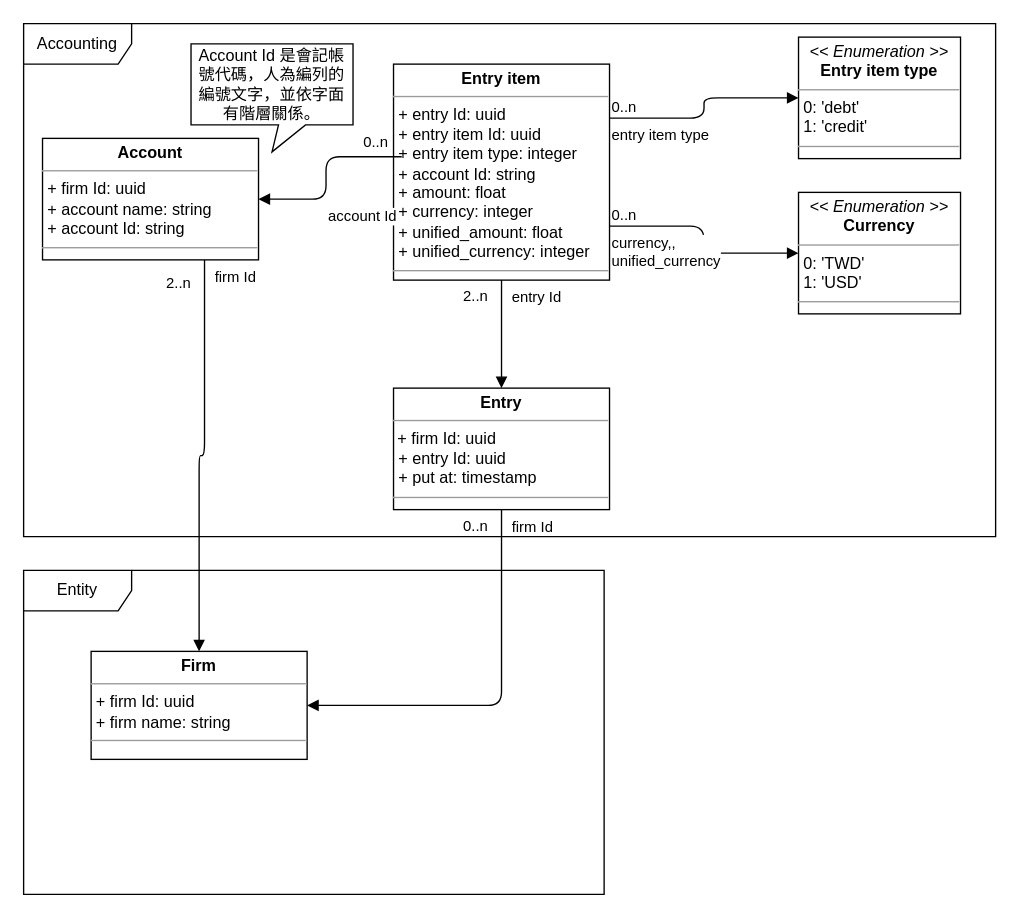
Before: v0/design/account_n_entry.drawio in YauHsien/accounting, a draw.io diagram. Source tidied: cells renumbered, new cells numbered last; positions are measured from the earlier drawing's top-left corner, leaving out a move shared by most shapes. Both pictures are drawn from the tidied source at 135%, with x=0, y=0 at pixel (23, 23).
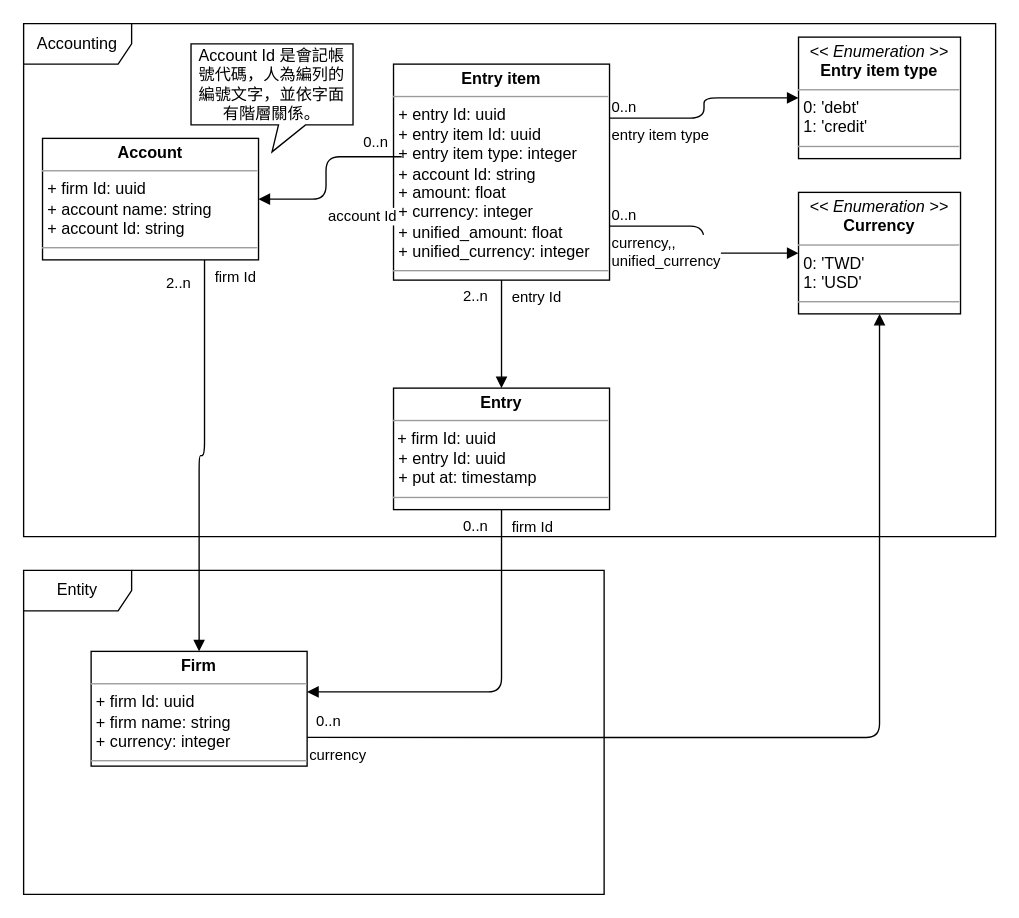
The same page after the edit.

Commit message (it also covers changes not shown here):
調整 v0 設計圖

Unchanged cells that the change refers to:
```xml
<mxCell id="6" value="&lt;p style=&quot;margin: 0px ; margin-top: 4px ; text-align: center&quot;&gt;&lt;i&gt;&amp;lt;&amp;lt; Enumeration &amp;gt;&amp;gt;&lt;/i&gt;&lt;br&gt;&lt;b&gt;Currency&lt;/b&gt;&lt;/p&gt;&lt;hr size=&quot;1&quot;&gt;&lt;p style=&quot;margin: 0px ; margin-left: 4px&quot;&gt;0: 'TWD'&lt;br&gt;1: 'USD'&lt;/p&gt;&lt;hr size=&quot;1&quot;&gt;&lt;p style=&quot;margin: 0px ; margin-left: 4px&quot;&gt;&lt;br&gt;&lt;/p&gt;" style="verticalAlign=top;align=left;overflow=fill;fontSize=12;fontFamily=Helvetica;html=1;" parent="1" vertex="1">
  <mxGeometry x="574" y="125" width="120" height="90" as="geometry" />
</mxCell>
<mxCell id="13" value="&lt;p style=&quot;margin: 0px ; margin-top: 4px ; text-align: center&quot;&gt;&lt;b&gt;Entry&lt;/b&gt;&lt;/p&gt;&lt;hr size=&quot;1&quot;&gt;&amp;nbsp;+ firm Id: uuid&lt;br&gt;&lt;p style=&quot;margin: 0px ; margin-left: 4px&quot;&gt;+ entry Id: uuid&lt;/p&gt;&lt;p style=&quot;margin: 0px ; margin-left: 4px&quot;&gt;+ put at: timestamp&lt;/p&gt;&lt;hr size=&quot;1&quot;&gt;&lt;p style=&quot;margin: 0px ; margin-left: 4px&quot;&gt;&lt;br&gt;&lt;/p&gt;" style="verticalAlign=top;align=left;overflow=fill;fontSize=12;fontFamily=Helvetica;html=1;" parent="1" vertex="1">
  <mxGeometry x="274" y="270" width="160" height="90" as="geometry" />
</mxCell>
```

Diff of the diagram source:
```diff
@@
-    <mxCell id="12" value="&lt;p style=&quot;margin: 0px ; margin-top: 4px ; text-align: center&quot;&gt;&lt;b&gt;Firm&lt;/b&gt;&lt;/p&gt;&lt;hr size=&quot;1&quot;&gt;&lt;p style=&quot;margin: 0px ; margin-left: 4px&quot;&gt;+ firm Id: uuid&lt;/p&gt;&lt;p style=&quot;margin: 0px ; margin-left: 4px&quot;&gt;+ firm name: string&lt;/p&gt;&lt;hr size=&quot;1&quot;&gt;&lt;p style=&quot;margin: 0px ; margin-left: 4px&quot;&gt;&lt;br&gt;&lt;/p&gt;" style="verticalAlign=top;align=left;overflow=fill;fontSize=12;fontFamily=Helvetica;html=1;" parent="1" vertex="1">
-      <mxGeometry x="50" y="465" width="160" height="80" as="geometry" />
+    <mxCell id="12" value="&lt;p style=&quot;margin: 0px ; margin-top: 4px ; text-align: center&quot;&gt;&lt;b&gt;Firm&lt;/b&gt;&lt;/p&gt;&lt;hr size=&quot;1&quot;&gt;&lt;p style=&quot;margin: 0px ; margin-left: 4px&quot;&gt;+ firm Id: uuid&lt;/p&gt;&lt;p style=&quot;margin: 0px ; margin-left: 4px&quot;&gt;+ firm name: string&lt;/p&gt;&lt;p style=&quot;margin: 0px ; margin-left: 4px&quot;&gt;+ currency: integer&lt;/p&gt;&lt;hr size=&quot;1&quot;&gt;&lt;p style=&quot;margin: 0px ; margin-left: 4px&quot;&gt;&lt;br&gt;&lt;/p&gt;" style="verticalAlign=top;align=left;overflow=fill;fontSize=12;fontFamily=Helvetica;html=1;" parent="1" vertex="1">
+      <mxGeometry x="50" y="465" width="160" height="85" as="geometry" />
     </mxCell>
@@
-    <mxCell id="14" value="firm Id" style="endArrow=block;endFill=1;html=1;edgeStyle=orthogonalEdgeStyle;align=left;verticalAlign=top;exitX=0.5;exitY=1;exitDx=0;exitDy=0;entryX=1;entryY=0.5;entryDx=0;entryDy=0;" parent="1" edge="1" source="13" target="12">
+    <mxCell id="14" value="firm Id" style="endArrow=block;endFill=1;html=1;edgeStyle=orthogonalEdgeStyle;align=left;verticalAlign=top;exitX=0.5;exitY=1;exitDx=0;exitDy=0;entryX=1;entryY=0.353;entryDx=0;entryDy=0;entryPerimeter=0;" parent="1" edge="1" source="13" target="12">
       <mxGeometry x="-1" y="6" relative="1" as="geometry" />
     </mxCell>
@@
+    <mxCell id="23" value="currency" style="endArrow=block;endFill=1;html=1;edgeStyle=orthogonalEdgeStyle;align=left;verticalAlign=top;exitX=1;exitY=0.75;exitDx=0;exitDy=0;entryX=0.5;entryY=1;entryDx=0;entryDy=0;" parent="1" edge="1" source="12" target="6">
+      <mxGeometry x="-1" relative="1" as="geometry" />
+    </mxCell>
+    <mxCell id="24" value="0..n" style="edgeLabel;html=1;align=left;verticalAlign=bottom;" parent="23" vertex="1">
+      <mxGeometry x="-1" relative="1" as="geometry">
+        <mxPoint x="5" y="-3.8" as="offset" />
+      </mxGeometry>
+    </mxCell>
```
